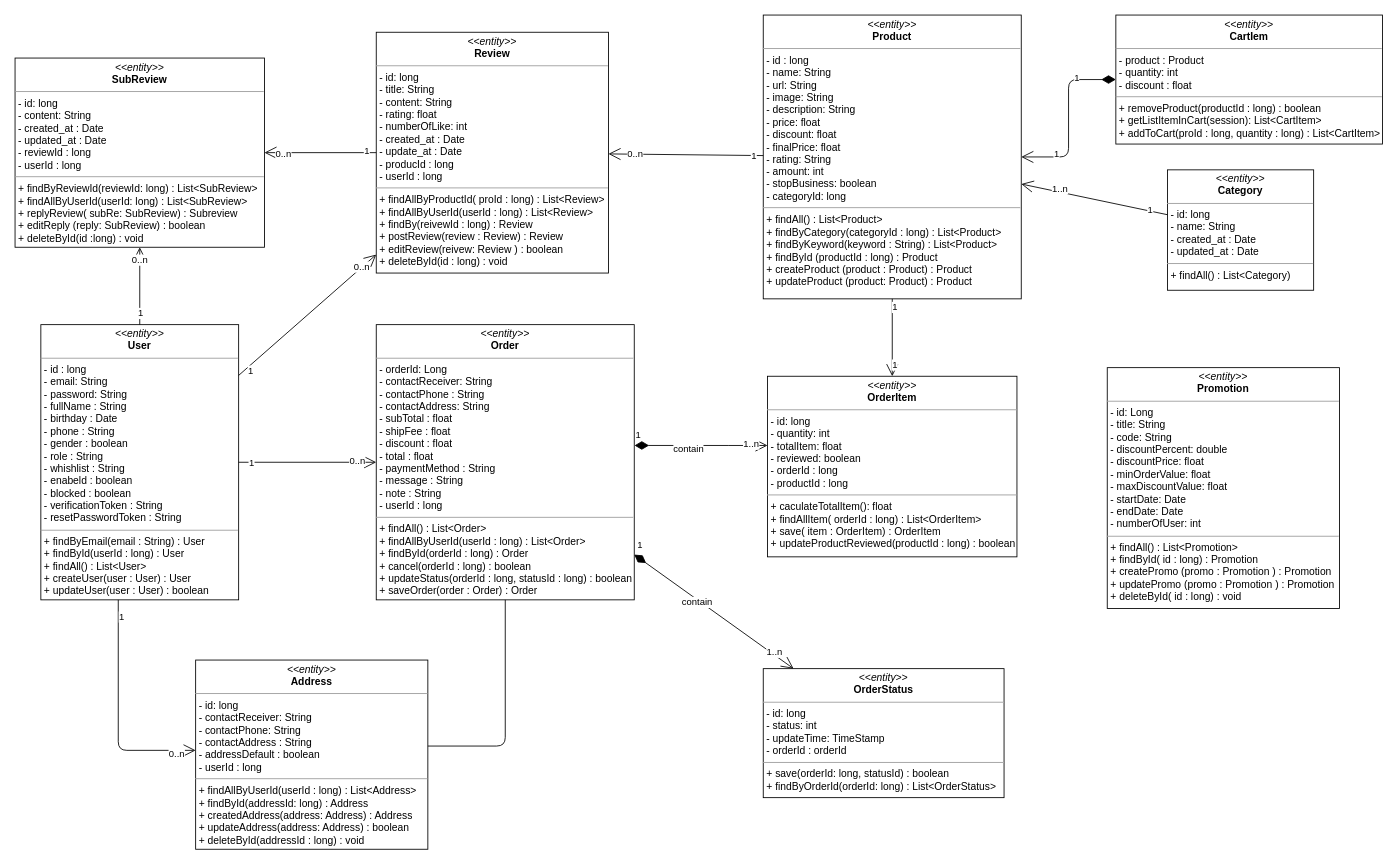
nguyenphamvan/datn_20202 keeps this draw.io diagram as class diagram/general_entity_iagram (3).drawio. Above is the earlier version. Source tidied: cells renumbered, new cells numbered last; positions are measured from the earlier drawing's top-left corner, leaving out a move shared by most shapes. Both pictures are drawn from the tidied source at 86%, with x=0, y=0 at pixel (15, 15).
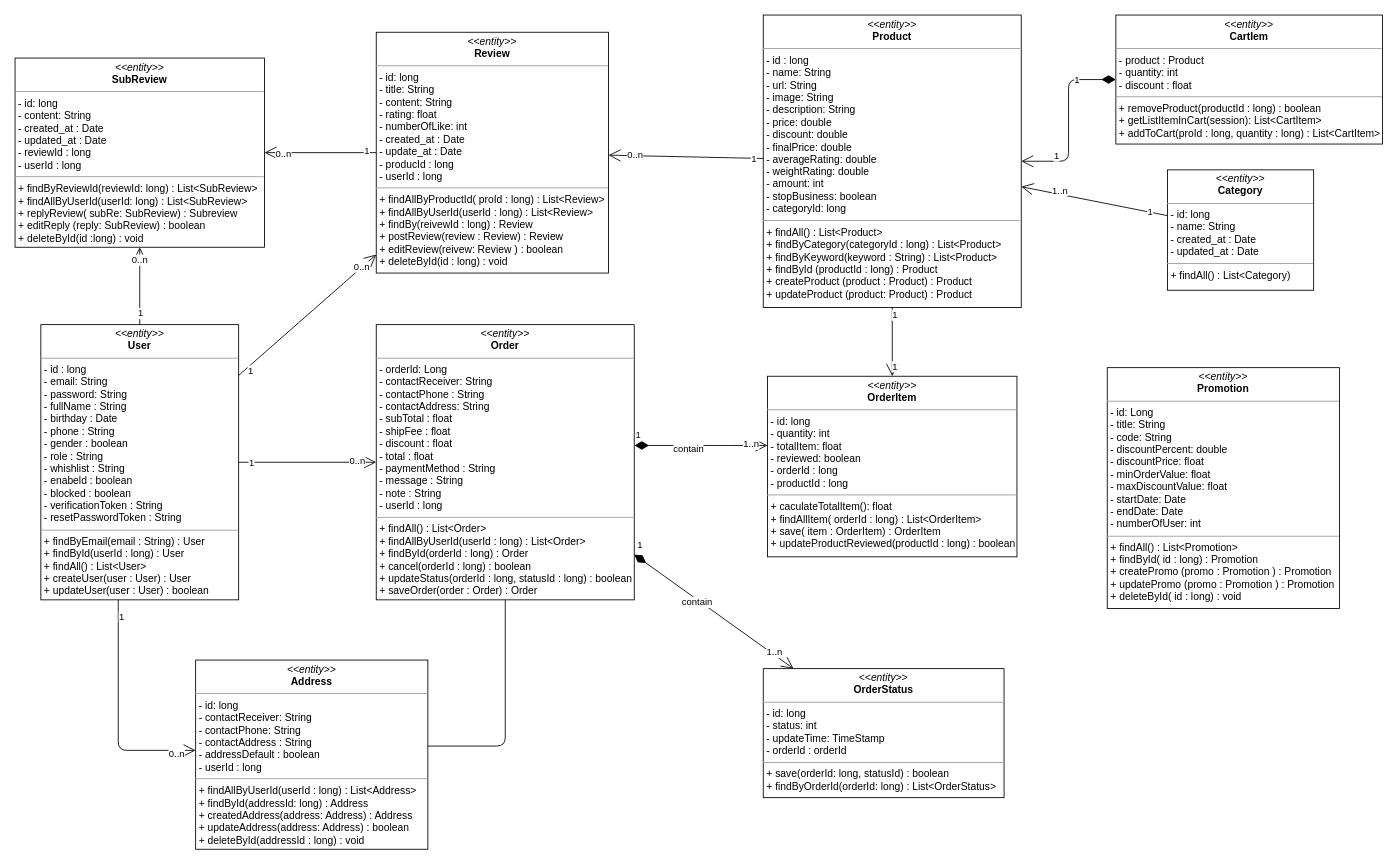
The same page after the edit.

Change to the diagram source:
```diff
@@
-    <mxCell id="2" value="&lt;p style=&quot;margin: 0px ; margin-top: 4px ; text-align: center&quot;&gt;&lt;i&gt;&amp;lt;&amp;lt;entity&amp;gt;&amp;gt;&lt;/i&gt;&lt;br&gt;&lt;b&gt;Product&lt;/b&gt;&lt;/p&gt;&lt;hr size=&quot;1&quot;&gt;&lt;p style=&quot;margin: 0px ; margin-left: 4px&quot;&gt;- id : long&lt;/p&gt;&lt;p style=&quot;margin: 0px ; margin-left: 4px&quot;&gt;- name: String&lt;br&gt;- url: String&lt;/p&gt;&lt;p style=&quot;margin: 0px ; margin-left: 4px&quot;&gt;- image: String&lt;/p&gt;&lt;p style=&quot;margin: 0px ; margin-left: 4px&quot;&gt;- description: String&lt;/p&gt;&lt;p style=&quot;margin: 0px ; margin-left: 4px&quot;&gt;- price: float&lt;/p&gt;&lt;p style=&quot;margin: 0px ; margin-left: 4px&quot;&gt;- discount: float&lt;/p&gt;&lt;p style=&quot;margin: 0px ; margin-left: 4px&quot;&gt;- finalPrice: float&lt;/p&gt;&lt;p style=&quot;margin: 0px ; margin-left: 4px&quot;&gt;- rating: String&lt;/p&gt;&lt;p style=&quot;margin: 0px ; margin-left: 4px&quot;&gt;- amount: int&lt;/p&gt;&lt;p style=&quot;margin: 0px ; margin-left: 4px&quot;&gt;- stopBusiness: boolean&lt;/p&gt;&lt;p style=&quot;margin: 0px ; margin-left: 4px&quot;&gt;- categoryId: long&lt;/p&gt;&lt;hr size=&quot;1&quot;&gt;&lt;p style=&quot;margin: 0px 0px 0px 4px&quot;&gt;+ findAll() : List&amp;lt;Product&amp;gt;&lt;/p&gt;&lt;p style=&quot;margin: 0px 0px 0px 4px&quot;&gt;+ findByCategory(categoryId : long) : List&amp;lt;Product&amp;gt;&lt;/p&gt;&lt;p style=&quot;margin: 0px 0px 0px 4px&quot;&gt;+ findByKeyword(keyword : String) : List&amp;lt;Product&amp;gt;&lt;/p&gt;&lt;p style=&quot;margin: 0px 0px 0px 4px&quot;&gt;+ findById (productId : long) : Product&lt;/p&gt;&lt;p style=&quot;margin: 0px 0px 0px 4px&quot;&gt;+ createProduct (product : Product) : Product&lt;/p&gt;&lt;p style=&quot;margin: 0px 0px 0px 4px&quot;&gt;+ updateProduct (product: Product) : Product&lt;/p&gt;" style="verticalAlign=top;align=left;overflow=fill;fontSize=12;fontFamily=Helvetica;html=1;" parent="1" vertex="1">
-      <mxGeometry x="870" width="300" height="330" as="geometry" />
+    <mxCell id="2" value="&lt;p style=&quot;margin: 0px ; margin-top: 4px ; text-align: center&quot;&gt;&lt;i&gt;&amp;lt;&amp;lt;entity&amp;gt;&amp;gt;&lt;/i&gt;&lt;br&gt;&lt;b&gt;Product&lt;/b&gt;&lt;/p&gt;&lt;hr size=&quot;1&quot;&gt;&lt;p style=&quot;margin: 0px 0px 0px 4px&quot;&gt;- id : long&lt;/p&gt;&lt;p style=&quot;margin: 0px 0px 0px 4px&quot;&gt;- name: String&lt;br&gt;- url: String&lt;/p&gt;&lt;p style=&quot;margin: 0px 0px 0px 4px&quot;&gt;- image: String&lt;/p&gt;&lt;p style=&quot;margin: 0px 0px 0px 4px&quot;&gt;- description: String&lt;/p&gt;&lt;p style=&quot;margin: 0px 0px 0px 4px&quot;&gt;- price: double&lt;/p&gt;&lt;p style=&quot;margin: 0px 0px 0px 4px&quot;&gt;- discount: double&lt;/p&gt;&lt;p style=&quot;margin: 0px 0px 0px 4px&quot;&gt;- finalPrice: double&lt;/p&gt;&lt;p style=&quot;margin: 0px 0px 0px 4px&quot;&gt;- averageRating: double&lt;/p&gt;&lt;p style=&quot;margin: 0px 0px 0px 4px&quot;&gt;- weightRating: double&lt;/p&gt;&lt;p style=&quot;margin: 0px 0px 0px 4px&quot;&gt;- amount: int&lt;/p&gt;&lt;p style=&quot;margin: 0px 0px 0px 4px&quot;&gt;- stopBusiness: boolean&lt;/p&gt;&lt;p style=&quot;margin: 0px 0px 0px 4px&quot;&gt;- categoryId: long&lt;/p&gt;&lt;hr size=&quot;1&quot;&gt;&lt;p style=&quot;margin: 0px 0px 0px 4px&quot;&gt;+ findAll() : List&amp;lt;Product&amp;gt;&lt;/p&gt;&lt;p style=&quot;margin: 0px 0px 0px 4px&quot;&gt;+ findByCategory(categoryId : long) : List&amp;lt;Product&amp;gt;&lt;/p&gt;&lt;p style=&quot;margin: 0px 0px 0px 4px&quot;&gt;+ findByKeyword(keyword : String) : List&amp;lt;Product&amp;gt;&lt;/p&gt;&lt;p style=&quot;margin: 0px 0px 0px 4px&quot;&gt;+ findById (productId : long) : Product&lt;/p&gt;&lt;p style=&quot;margin: 0px 0px 0px 4px&quot;&gt;+ createProduct (product : Product) : Product&lt;/p&gt;&lt;p style=&quot;margin: 0px 0px 0px 4px&quot;&gt;+ updateProduct (product: Product) : Product&lt;/p&gt;" style="verticalAlign=top;align=left;overflow=fill;fontSize=12;fontFamily=Helvetica;html=1;" parent="1" vertex="1">
+      <mxGeometry x="870" width="300" height="340" as="geometry" />
     </mxCell>
```
